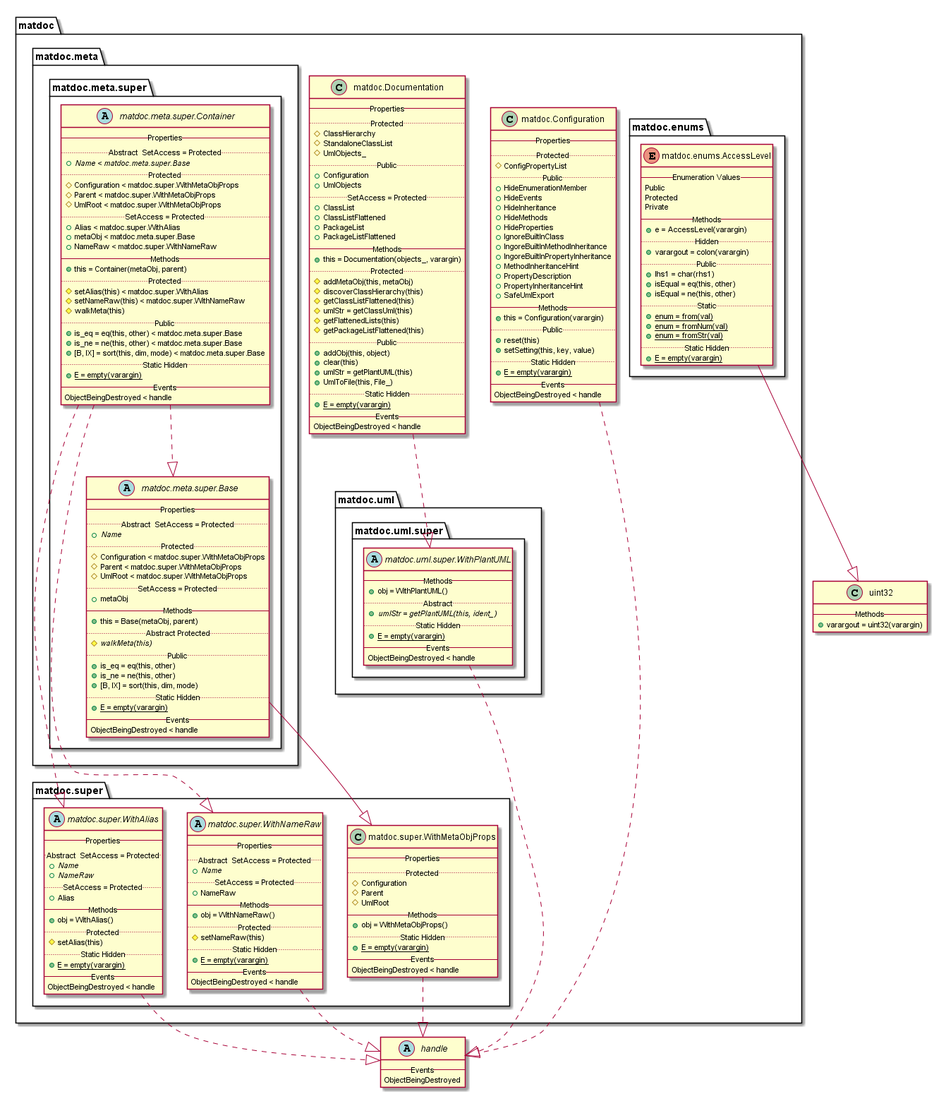
flxdot/matdoc keeps this PlantUML diagram as doc/uml-examples/uml-diagram.png. Above is the earlier version.
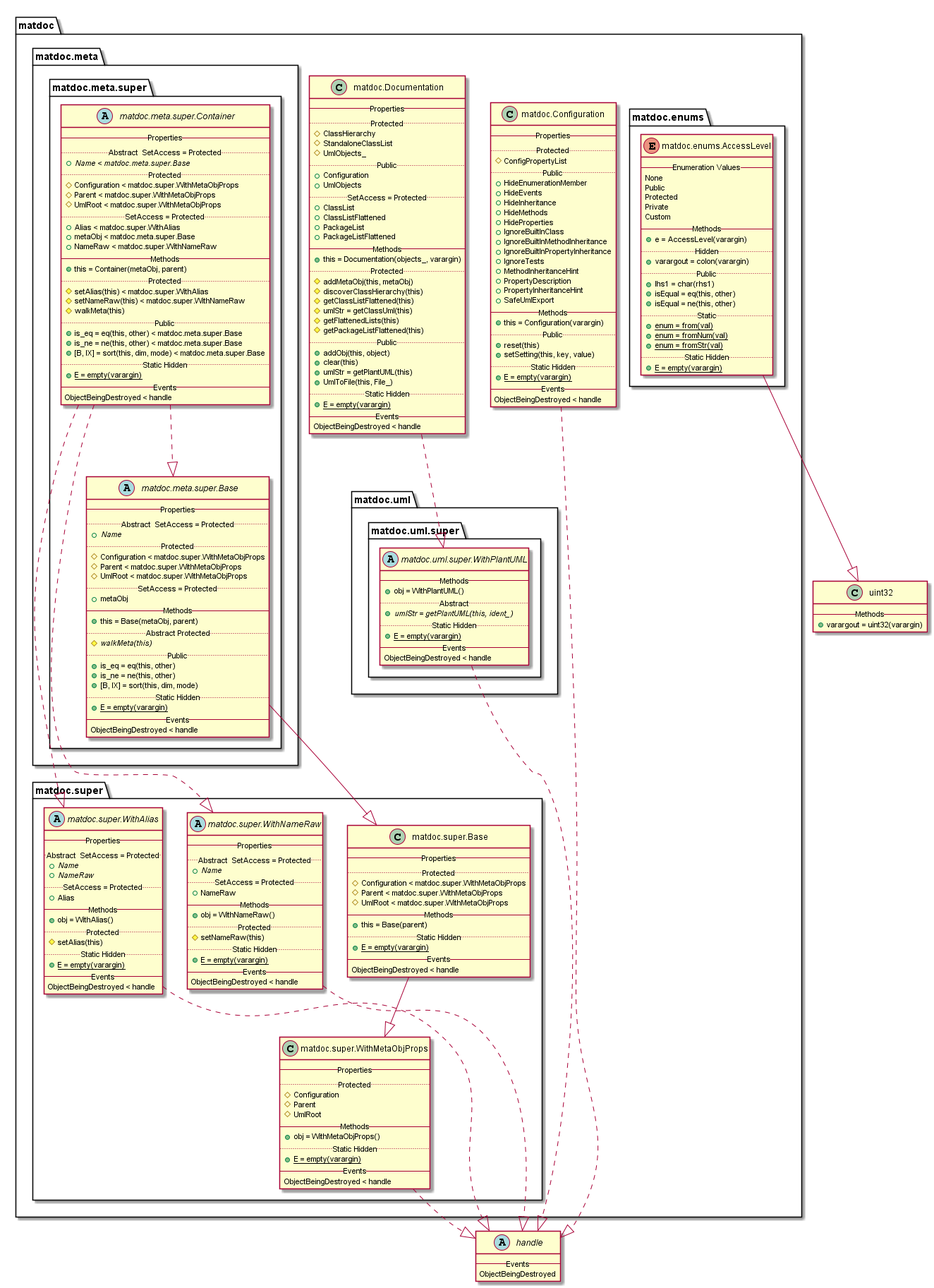
Above is the later version.

Diff of the diagram source:
```diff
@@ -25,8 +25,9 @@
       {field} + HideMethods
       {field} + HideProperties
       {field} + IgnoreBuiltInClass
-      {field} + IngoreBuiltInMethodInheritance
-      {field} + IngoreBuiltInPropertyInheritance
+      {field} + IgnoreBuiltInMethodInheritance
+      {field} + IgnoreBuiltInPropertyInheritance
+      {field} + IgnoreTests
       {field} + MethodInheritanceHint
       {field} + PropertyDescription
       {field} + PropertyInheritanceHint
@@ -80,9 +81,11 @@
 
       enum matdoc.enums.AccessLevel {
          -- Enumeration Values --
+         None
          Public
          Protected
          Private
+         Custom
          -- Methods --
          {method} + e = AccessLevel(varargin)
          .. Hidden ..
@@ -163,6 +166,20 @@
 
    package matdoc.super {
 
+      class matdoc.super.Base {
+         -- Properties --
+         .. Protected ..
+         {field} # Configuration < matdoc.super.WithMetaObjProps
+         {field} # Parent < matdoc.super.WithMetaObjProps
+         {field} # UmlRoot < matdoc.super.WithMetaObjProps
+         -- Methods --
+         {method} + this = Base(parent)
+         .. Static Hidden ..
+         {method} {static} + E = empty(varargin)
+         -- Events --
+         ObjectBeingDestroyed < handle
+      }
+
       abstract class matdoc.super.WithAlias {
          -- Properties --
          .. Abstract  SetAccess = Protected ..
@@ -237,10 +254,11 @@
 matdoc.Configuration ..|> handle
 matdoc.Documentation ..|> matdoc.uml.super.WithPlantUML
 matdoc.enums.AccessLevel --|> uint32
-matdoc.meta.super.Base --|> matdoc.super.WithMetaObjProps
+matdoc.meta.super.Base --|> matdoc.super.Base
 matdoc.meta.super.Container ..|> matdoc.meta.super.Base
 matdoc.meta.super.Container ..|> matdoc.super.WithNameRaw
 matdoc.meta.super.Container ..|> matdoc.super.WithAlias
+matdoc.super.Base --|> matdoc.super.WithMetaObjProps
 matdoc.super.WithAlias ..|> handle
 matdoc.super.WithMetaObjProps ..|> handle
 matdoc.super.WithNameRaw ..|> handle
```
